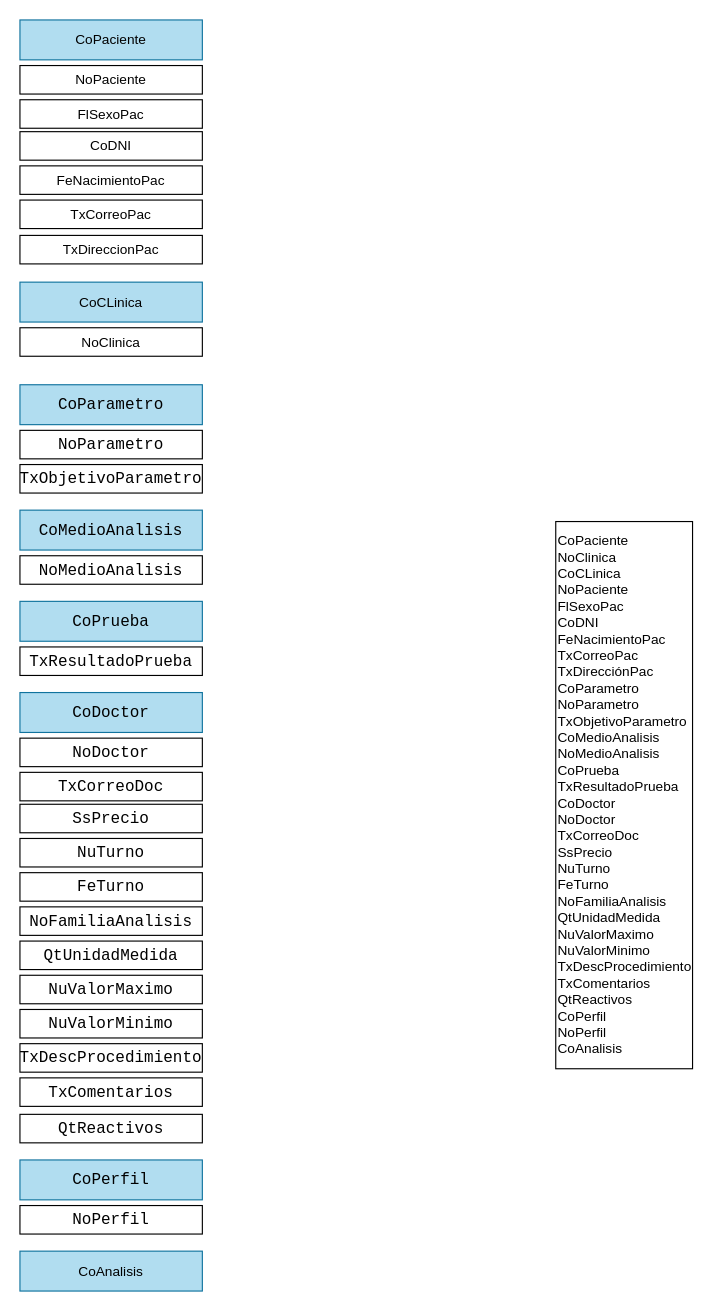
hrojasutani/test keeps this draw.io diagram as page "Page-2" (2 of 2) of Untitled Diagram.drawio. Above is the earlier version. Source tidied: cells renumbered, new cells numbered last; positions are measured from the earlier drawing's top-left corner, leaving out a move shared by most shapes. Both pictures are drawn from the tidied source at 114%, with x=0, y=0 at pixel (19, 19).
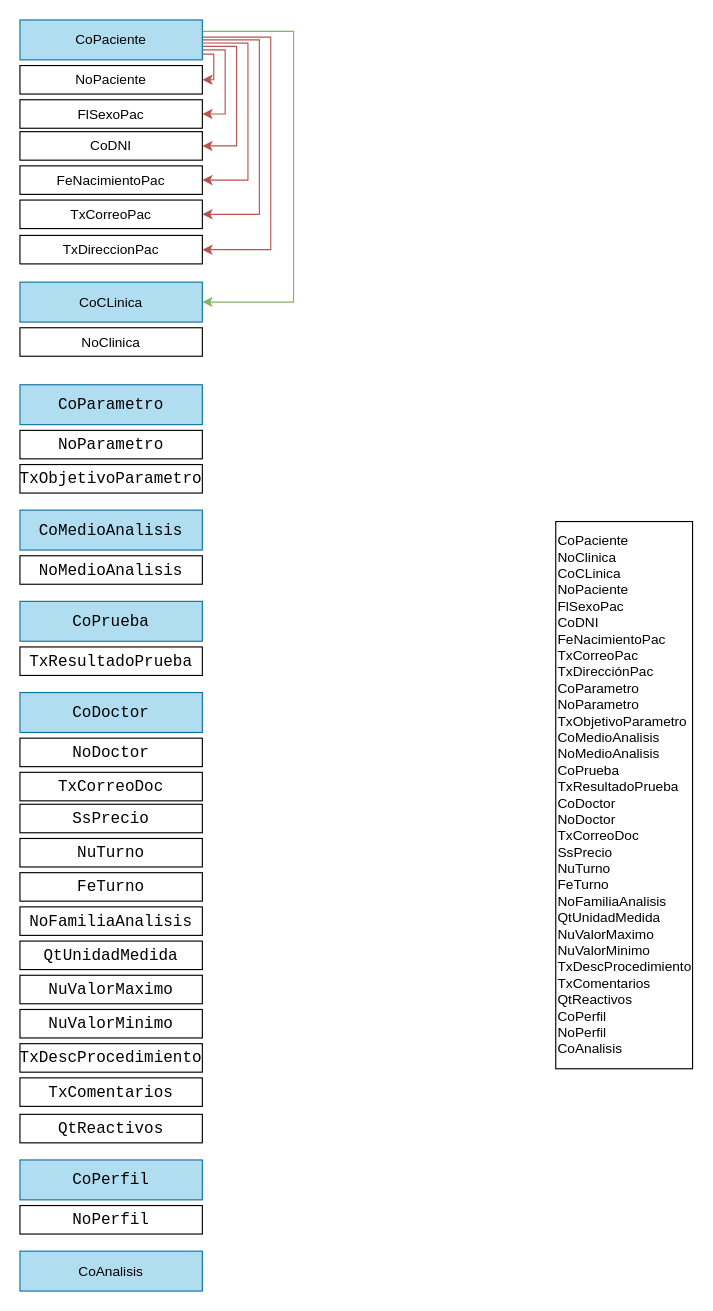
Above is the later version.

The change refers to these unchanged cells:
```xml
<mxCell id="3" value="&lt;span style=&quot;text-align: left;&quot;&gt;CoPaciente&lt;/span&gt;" style="rounded=0;whiteSpace=wrap;html=1;verticalAlign=middle;fillColor=#b1ddf0;strokeColor=#10739e;" parent="1" vertex="1">
  <mxGeometry width="160" height="35" as="geometry" />
</mxCell>
<mxCell id="5" value="&lt;div style=&quot;text-align: left;&quot;&gt;&lt;span style=&quot;background-color: initial;&quot;&gt;CoCLinica&lt;/span&gt;&lt;/div&gt;" style="rounded=0;whiteSpace=wrap;html=1;verticalAlign=middle;fillColor=#b1ddf0;strokeColor=#10739e;" parent="1" vertex="1">
  <mxGeometry y="230" width="160" height="35" as="geometry" />
</mxCell>
<mxCell id="6" value="NoPaciente" style="rounded=0;whiteSpace=wrap;html=1;fillColor=none;verticalAlign=middle;" parent="1" vertex="1">
  <mxGeometry y="40" width="160" height="25" as="geometry" />
</mxCell>
<mxCell id="8" value="FlSexoPac" style="text;whiteSpace=wrap;html=1;strokeColor=default;align=center;verticalAlign=middle;" parent="1" vertex="1">
  <mxGeometry y="70" width="160" height="25" as="geometry" />
</mxCell>
<mxCell id="9" value="CoDNI" style="text;whiteSpace=wrap;html=1;strokeColor=default;verticalAlign=middle;align=center;" parent="1" vertex="1">
  <mxGeometry y="98" width="160" height="25" as="geometry" />
</mxCell>
<mxCell id="10" value="FeNacimientoPac" style="text;whiteSpace=wrap;html=1;strokeColor=default;verticalAlign=middle;align=center;" parent="1" vertex="1">
  <mxGeometry y="128" width="160" height="25" as="geometry" />
</mxCell>
<mxCell id="11" value="TxCorreoPac" style="text;whiteSpace=wrap;html=1;strokeColor=default;verticalAlign=middle;align=center;" parent="1" vertex="1">
  <mxGeometry y="158" width="160" height="25" as="geometry" />
</mxCell>
<mxCell id="12" value="TxDireccionPac" style="text;whiteSpace=wrap;html=1;strokeColor=default;verticalAlign=middle;align=center;" parent="1" vertex="1">
  <mxGeometry y="189" width="160" height="25" as="geometry" />
</mxCell>
```

What changed in the source:
```diff
@@
+    <mxCell id="35" style="edgeStyle=orthogonalEdgeStyle;rounded=0;jettySize=auto;html=1;entryX=1;entryY=0.5;entryDx=0;entryDy=0;fillColor=#f8cecc;strokeColor=#b85450;" parent="1" edge="1" source="3" target="6">
+      <mxGeometry relative="1" as="geometry">
+        <Array as="points">
+          <mxPoint x="170" y="30" />
+          <mxPoint x="170" y="53" />
+        </Array>
+      </mxGeometry>
+    </mxCell>
+    <mxCell id="36" style="edgeStyle=orthogonalEdgeStyle;rounded=0;jettySize=auto;html=1;entryX=1;entryY=0.5;entryDx=0;entryDy=0;exitX=1;exitY=0.75;exitDx=0;exitDy=0;fillColor=#f8cecc;strokeColor=#b85450;" parent="1" edge="1" source="3" target="8">
+      <mxGeometry relative="1" as="geometry">
+        <Array as="points">
+          <mxPoint x="180" y="26" />
+          <mxPoint x="180" y="83" />
+        </Array>
+      </mxGeometry>
+    </mxCell>
+    <mxCell id="37" style="edgeStyle=orthogonalEdgeStyle;rounded=0;jettySize=auto;html=1;entryX=1;entryY=0.5;entryDx=0;entryDy=0;fillColor=#f8cecc;strokeColor=#b85450;exitX=1.001;exitY=0.663;exitDx=0;exitDy=0;exitPerimeter=0;" parent="1" edge="1" source="3" target="9">
+      <mxGeometry relative="1" as="geometry">
+        <Array as="points">
+          <mxPoint x="190" y="23" />
+          <mxPoint x="190" y="110" />
+        </Array>
+      </mxGeometry>
+    </mxCell>
+    <mxCell id="38" style="edgeStyle=orthogonalEdgeStyle;rounded=0;jettySize=auto;html=1;entryX=1;entryY=0.5;entryDx=0;entryDy=0;fillColor=#f8cecc;strokeColor=#b85450;exitX=1.002;exitY=0.579;exitDx=0;exitDy=0;exitPerimeter=0;" parent="1" edge="1" source="3" target="10">
+      <mxGeometry relative="1" as="geometry">
+        <Array as="points">
+          <mxPoint x="200" y="20" />
+          <mxPoint x="200" y="141" />
+        </Array>
+      </mxGeometry>
+    </mxCell>
+    <mxCell id="39" style="edgeStyle=orthogonalEdgeStyle;rounded=0;jettySize=auto;html=1;entryX=1;entryY=0.5;entryDx=0;entryDy=0;exitX=1;exitY=0.5;exitDx=0;exitDy=0;fillColor=#f8cecc;strokeColor=#b85450;" parent="1" edge="1" source="3" target="11">
+      <mxGeometry relative="1" as="geometry">
+        <Array as="points">
+          <mxPoint x="210" y="17" />
+          <mxPoint x="210" y="170" />
+        </Array>
+      </mxGeometry>
+    </mxCell>
+    <mxCell id="40" style="edgeStyle=orthogonalEdgeStyle;rounded=0;jettySize=auto;html=1;entryX=1;entryY=0.5;entryDx=0;entryDy=0;fillColor=#f8cecc;strokeColor=#b85450;exitX=1.001;exitY=0.43;exitDx=0;exitDy=0;exitPerimeter=0;" parent="1" edge="1" source="3" target="12">
+      <mxGeometry relative="1" as="geometry">
+        <Array as="points">
+          <mxPoint x="220" y="15" />
+          <mxPoint x="220" y="202" />
+        </Array>
+      </mxGeometry>
+    </mxCell>
+    <mxCell id="41" style="edgeStyle=orthogonalEdgeStyle;rounded=0;jettySize=auto;html=1;entryX=1;entryY=0.5;entryDx=0;entryDy=0;fillColor=#d5e8d4;strokeColor=#82b366;" parent="1" edge="1" source="3" target="5">
+      <mxGeometry relative="1" as="geometry">
+        <Array as="points">
+          <mxPoint x="240" y="10" />
+          <mxPoint x="240" y="248" />
+        </Array>
+      </mxGeometry>
+    </mxCell>
```
